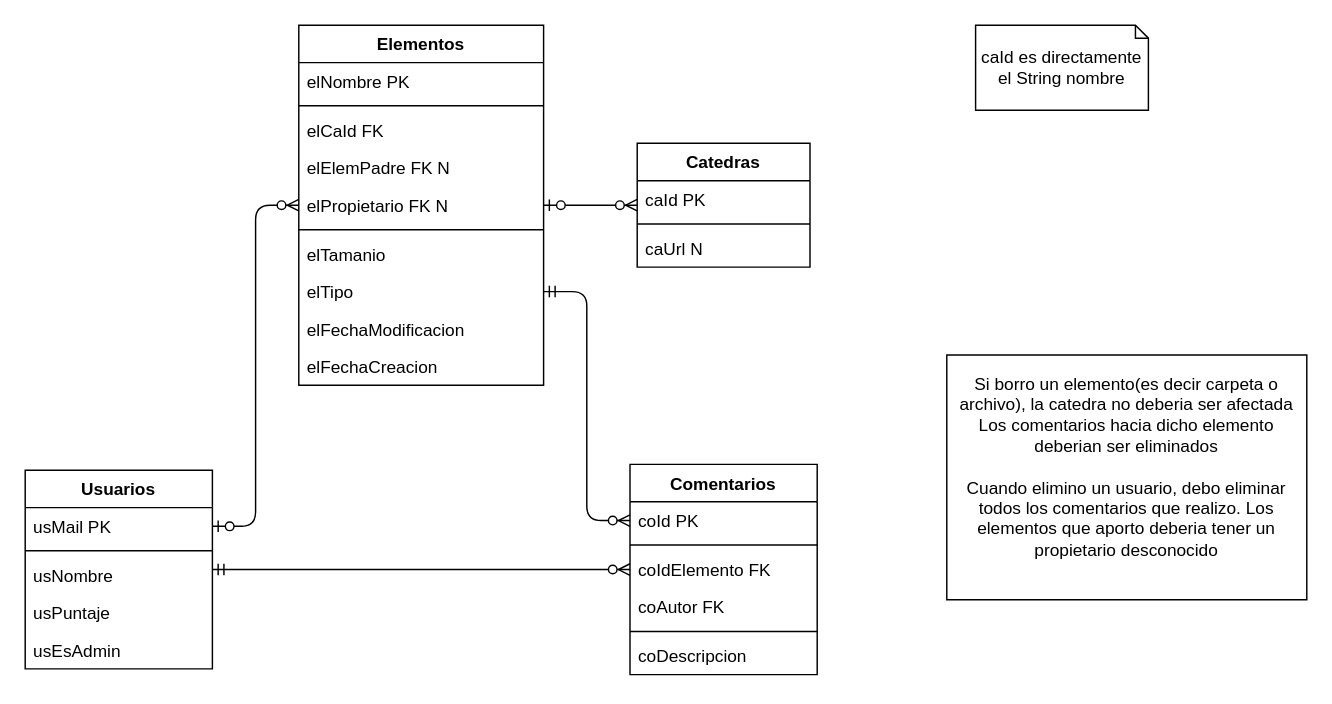
The draw.io diagram diagrama_db.drawio in felixreger/trabajo-objetos, before the edit. Source tidied: cells renumbered, new cells numbered last; positions are measured from the earlier drawing's top-left corner, leaving out a move shared by most shapes. Both pictures are drawn from the tidied source at 144%, with x=0, y=0 at pixel (24, 24).
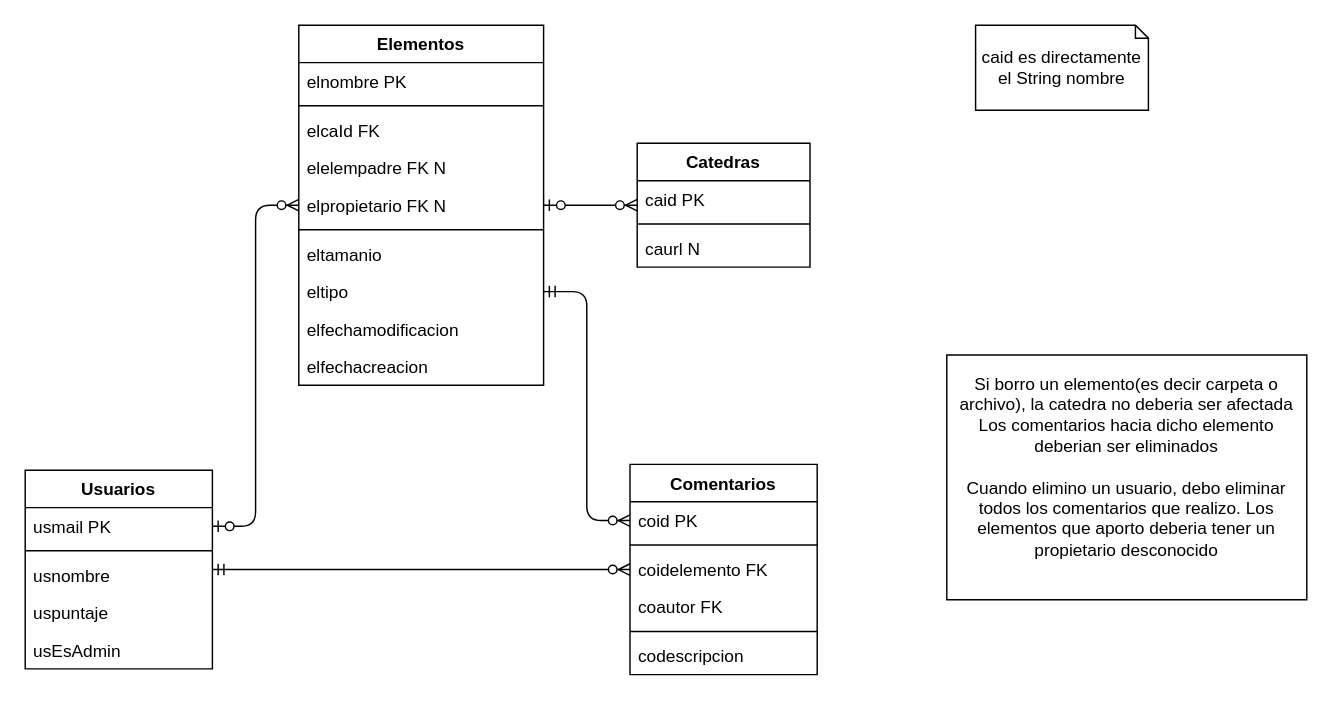
The same page after the edit.

Unchanged cells that the change refers to:
```xml
<mxCell id="2" value="Elementos" style="swimlane;fontStyle=1;align=center;verticalAlign=top;horizontal=1;startSize=26;" parent="1" vertex="1">
  <mxGeometry x="190" width="170" height="250" as="geometry" />
</mxCell>
<mxCell id="13" value="Usuarios" style="swimlane;fontStyle=1;align=center;verticalAlign=top;horizontal=1;startSize=26;" parent="1" vertex="1">
  <mxGeometry y="309" width="130" height="138" as="geometry" />
</mxCell>
<mxCell id="19" value="Comentarios" style="swimlane;fontStyle=1;align=center;verticalAlign=top;horizontal=1;startSize=26;" parent="1" vertex="1">
  <mxGeometry x="420" y="305" width="130" height="146" as="geometry" />
</mxCell>
<mxCell id="26" value="Catedras" style="swimlane;fontStyle=1;align=center;verticalAlign=top;horizontal=1;startSize=26;" parent="1" vertex="1">
  <mxGeometry x="425" y="82" width="120" height="86" as="geometry" />
</mxCell>
```

Diff of the diagram source:
```diff
@@
-    <mxCell id="3" value="elNombre PK" style="text;strokeColor=none;fillColor=none;align=left;verticalAlign=top;spacingLeft=4;spacingRight=4;overflow=hidden;" parent="2" vertex="1">
+    <mxCell id="3" value="elnombre PK" style="text;strokeColor=none;fillColor=none;align=left;verticalAlign=top;spacingLeft=4;spacingRight=4;overflow=hidden;" parent="2" vertex="1">
       <mxGeometry y="26" width="170" height="26" as="geometry" />
     </mxCell>
@@
-    <mxCell id="5" value="elCaId FK" style="text;strokeColor=none;fillColor=none;align=left;verticalAlign=top;spacingLeft=4;spacingRight=4;overflow=hidden;" parent="2" vertex="1">
+    <mxCell id="5" value="elcaId FK" style="text;strokeColor=none;fillColor=none;align=left;verticalAlign=top;spacingLeft=4;spacingRight=4;overflow=hidden;" parent="2" vertex="1">
       <mxGeometry y="60" width="170" height="26" as="geometry" />
     </mxCell>
-    <mxCell id="6" value="elElemPadre FK N" style="text;strokeColor=none;fillColor=none;align=left;verticalAlign=top;spacingLeft=4;spacingRight=4;overflow=hidden;" parent="2" vertex="1">
+    <mxCell id="6" value="elelempadre FK N" style="text;strokeColor=none;fillColor=none;align=left;verticalAlign=top;spacingLeft=4;spacingRight=4;overflow=hidden;" parent="2" vertex="1">
       <mxGeometry y="86" width="170" height="26" as="geometry" />
     </mxCell>
-    <mxCell id="7" value="elPropietario FK N" style="text;strokeColor=none;fillColor=none;align=left;verticalAlign=top;spacingLeft=4;spacingRight=4;overflow=hidden;" parent="2" vertex="1">
+    <mxCell id="7" value="elpropietario FK N" style="text;strokeColor=none;fillColor=none;align=left;verticalAlign=top;spacingLeft=4;spacingRight=4;overflow=hidden;" parent="2" vertex="1">
       <mxGeometry y="112" width="170" height="26" as="geometry" />
     </mxCell>
@@
-    <mxCell id="9" value="elTamanio" style="text;strokeColor=none;fillColor=none;align=left;verticalAlign=top;spacingLeft=4;spacingRight=4;overflow=hidden;" parent="2" vertex="1">
+    <mxCell id="9" value="eltamanio" style="text;strokeColor=none;fillColor=none;align=left;verticalAlign=top;spacingLeft=4;spacingRight=4;overflow=hidden;" parent="2" vertex="1">
       <mxGeometry y="146" width="170" height="26" as="geometry" />
     </mxCell>
-    <mxCell id="10" value="elTipo" style="text;strokeColor=none;fillColor=none;align=left;verticalAlign=top;spacingLeft=4;spacingRight=4;overflow=hidden;points=[[0,0.5],[1,0.5]];portConstraint=eastwest;" parent="2" vertex="1">
+    <mxCell id="10" value="eltipo" style="text;strokeColor=none;fillColor=none;align=left;verticalAlign=top;spacingLeft=4;spacingRight=4;overflow=hidden;points=[[0,0.5],[1,0.5]];portConstraint=eastwest;" parent="2" vertex="1">
       <mxGeometry y="172" width="170" height="26" as="geometry" />
     </mxCell>
-    <mxCell id="11" value="elFechaModificacion" style="text;strokeColor=none;fillColor=none;align=left;verticalAlign=top;spacingLeft=4;spacingRight=4;overflow=hidden;" parent="2" vertex="1">
+    <mxCell id="11" value="elfechamodificacion" style="text;strokeColor=none;fillColor=none;align=left;verticalAlign=top;spacingLeft=4;spacingRight=4;overflow=hidden;" parent="2" vertex="1">
       <mxGeometry y="198" width="170" height="26" as="geometry" />
     </mxCell>
-    <mxCell id="12" value="elFechaCreacion" style="text;strokeColor=none;fillColor=none;align=left;verticalAlign=top;spacingLeft=4;spacingRight=4;overflow=hidden;" parent="2" vertex="1">
+    <mxCell id="12" value="elfechacreacion" style="text;strokeColor=none;fillColor=none;align=left;verticalAlign=top;spacingLeft=4;spacingRight=4;overflow=hidden;" parent="2" vertex="1">
       <mxGeometry y="224" width="170" height="26" as="geometry" />
     </mxCell>
@@
-    <mxCell id="14" value="usMail PK" style="text;strokeColor=none;fillColor=none;align=left;verticalAlign=top;spacingLeft=4;spacingRight=4;overflow=hidden;points=[[0,0.5],[1,0.5]];portConstraint=eastwest;" parent="13" vertex="1">
+    <mxCell id="14" value="usmail PK" style="text;strokeColor=none;fillColor=none;align=left;verticalAlign=top;spacingLeft=4;spacingRight=4;overflow=hidden;points=[[0,0.5],[1,0.5]];portConstraint=eastwest;" parent="13" vertex="1">
       <mxGeometry y="26" width="130" height="26" as="geometry" />
     </mxCell>
@@
-    <mxCell id="16" value="usNombre " style="text;strokeColor=none;fillColor=none;align=left;verticalAlign=top;spacingLeft=4;spacingRight=4;overflow=hidden;" parent="13" vertex="1">
+    <mxCell id="16" value="usnombre " style="text;strokeColor=none;fillColor=none;align=left;verticalAlign=top;spacingLeft=4;spacingRight=4;overflow=hidden;" parent="13" vertex="1">
       <mxGeometry y="60" width="130" height="26" as="geometry" />
     </mxCell>
-    <mxCell id="17" value="usPuntaje" style="text;strokeColor=none;fillColor=none;align=left;verticalAlign=top;spacingLeft=4;spacingRight=4;overflow=hidden;" parent="13" vertex="1">
+    <mxCell id="17" value="uspuntaje" style="text;strokeColor=none;fillColor=none;align=left;verticalAlign=top;spacingLeft=4;spacingRight=4;overflow=hidden;" parent="13" vertex="1">
       <mxGeometry y="86" width="130" height="26" as="geometry" />
     </mxCell>
@@
-    <mxCell id="20" value="coId PK" style="text;strokeColor=none;fillColor=none;align=left;verticalAlign=top;spacingLeft=4;spacingRight=4;overflow=hidden;points=[[0,0.5],[1,0.5]];portConstraint=eastwest;" parent="19" vertex="1">
+    <mxCell id="20" value="coid PK" style="text;strokeColor=none;fillColor=none;align=left;verticalAlign=top;spacingLeft=4;spacingRight=4;overflow=hidden;points=[[0,0.5],[1,0.5]];portConstraint=eastwest;" parent="19" vertex="1">
       <mxGeometry y="26" width="130" height="26" as="geometry" />
     </mxCell>
@@
-    <mxCell id="22" value="coIdElemento FK" style="text;strokeColor=none;fillColor=none;align=left;verticalAlign=top;spacingLeft=4;spacingRight=4;overflow=hidden;" parent="19" vertex="1">
+    <mxCell id="22" value="coidelemento FK" style="text;strokeColor=none;fillColor=none;align=left;verticalAlign=top;spacingLeft=4;spacingRight=4;overflow=hidden;" parent="19" vertex="1">
       <mxGeometry y="60" width="130" height="26" as="geometry" />
     </mxCell>
-    <mxCell id="23" value="coAutor FK" style="text;strokeColor=none;fillColor=none;align=left;verticalAlign=top;spacingLeft=4;spacingRight=4;overflow=hidden;" parent="19" vertex="1">
+    <mxCell id="23" value="coautor FK" style="text;strokeColor=none;fillColor=none;align=left;verticalAlign=top;spacingLeft=4;spacingRight=4;overflow=hidden;" parent="19" vertex="1">
       <mxGeometry y="86" width="130" height="26" as="geometry" />
     </mxCell>
@@
-    <mxCell id="25" value="coDescripcion" style="text;strokeColor=none;fillColor=none;align=left;verticalAlign=top;spacingLeft=4;spacingRight=4;overflow=hidden;" parent="19" vertex="1">
+    <mxCell id="25" value="codescripcion" style="text;strokeColor=none;fillColor=none;align=left;verticalAlign=top;spacingLeft=4;spacingRight=4;overflow=hidden;" parent="19" vertex="1">
       <mxGeometry y="120" width="130" height="26" as="geometry" />
     </mxCell>
@@
-    <mxCell id="27" value="caId PK" style="text;strokeColor=none;fillColor=none;align=left;verticalAlign=top;spacingLeft=4;spacingRight=4;overflow=hidden;" parent="26" vertex="1">
+    <mxCell id="27" value="caid PK" style="text;strokeColor=none;fillColor=none;align=left;verticalAlign=top;spacingLeft=4;spacingRight=4;overflow=hidden;" parent="26" vertex="1">
       <mxGeometry y="26" width="120" height="26" as="geometry" />
     </mxCell>
@@
-    <mxCell id="29" value="caUrl N" style="text;strokeColor=none;fillColor=none;align=left;verticalAlign=top;spacingLeft=4;spacingRight=4;overflow=hidden;" parent="26" vertex="1">
+    <mxCell id="29" value="caurl N" style="text;strokeColor=none;fillColor=none;align=left;verticalAlign=top;spacingLeft=4;spacingRight=4;overflow=hidden;" parent="26" vertex="1">
       <mxGeometry y="60" width="120" height="26" as="geometry" />
     </mxCell>
-    <mxCell id="30" value="caId es directamente el String nombre" style="shape=note2;boundedLbl=1;whiteSpace=wrap;html=1;size=9;verticalAlign=top;align=center;" parent="1" vertex="1">
+    <mxCell id="30" value="caid es directamente el String nombre" style="shape=note2;boundedLbl=1;whiteSpace=wrap;html=1;size=9;verticalAlign=top;align=center;" parent="1" vertex="1">
       <mxGeometry x="660" width="120" height="59" as="geometry" />
     </mxCell>
```
